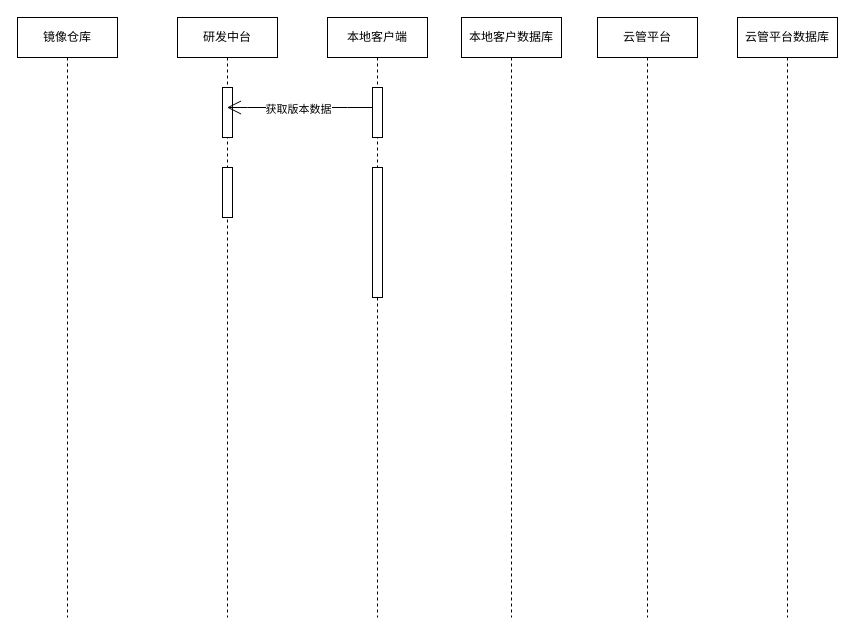
Earlier version of the draw.io diagram Untitled Diagram.drawio (Snuger/draw). Source tidied: cells renumbered, new cells numbered last; positions are measured from the earlier drawing's top-left corner, leaving out a move shared by most shapes. Both pictures are drawn from the tidied source at 100%, with x=0, y=0 at pixel (17, 17).
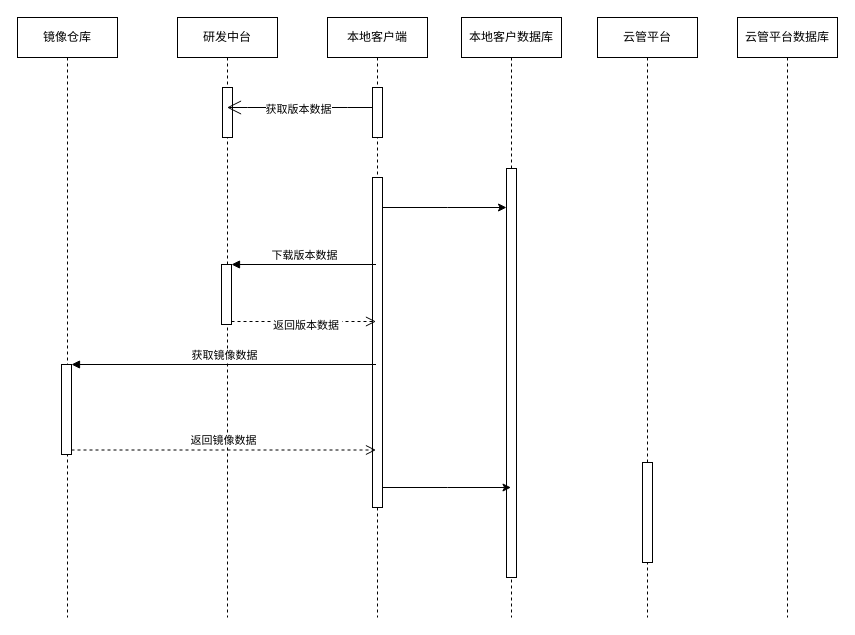
The same page after the edit.

The change refers to these unchanged cells:
```xml
<mxCell id="2" value="研发中台" style="shape=umlLifeline;perimeter=lifelinePerimeter;whiteSpace=wrap;html=1;outlineConnect=0;" parent="1" vertex="1">
  <mxGeometry x="160" width="100" height="600" as="geometry" />
</mxCell>
<mxCell id="5" value="本地客户端" style="shape=umlLifeline;perimeter=lifelinePerimeter;whiteSpace=wrap;html=1;" parent="1" vertex="1">
  <mxGeometry x="310" width="100" height="600" as="geometry" />
</mxCell>
<mxCell id="8" value="本地客户数据库" style="shape=umlLifeline;perimeter=lifelinePerimeter;whiteSpace=wrap;html=1;outlineConnect=0;" parent="1" vertex="1">
  <mxGeometry x="444" width="100" height="600" as="geometry" />
</mxCell>
<mxCell id="9" value="云管平台" style="shape=umlLifeline;perimeter=lifelinePerimeter;whiteSpace=wrap;html=1;" parent="1" vertex="1">
  <mxGeometry x="580" width="100" height="600" as="geometry" />
</mxCell>
<mxCell id="13" value="镜像仓库" style="shape=umlLifeline;perimeter=lifelinePerimeter;whiteSpace=wrap;html=1;" parent="1" vertex="1">
  <mxGeometry width="100" height="600" as="geometry" />
</mxCell>
```

The edit, as a diff of the source:
```diff
@@
-    <mxCell id="4" style="html=1;perimeter=orthogonalPerimeter;" parent="2" vertex="1">
-      <mxGeometry x="45" y="150" width="10" height="50" as="geometry" />
-    </mxCell>
+    <mxCell id="14" style="html=1;points=[];perimeter=orthogonalPerimeter;" parent="2" vertex="1">
+      <mxGeometry x="44" y="247" width="10" height="60" as="geometry" />
+    </mxCell>
@@
     <mxCell id="7" style="html=1;points=[];perimeter=orthogonalPerimeter;" parent="5" vertex="1">
-      <mxGeometry x="45" y="150" width="10" height="130" as="geometry" />
+      <mxGeometry x="45" y="160" width="10" height="330" as="geometry" />
     </mxCell>
@@
+    <mxCell id="15" style="html=1;points=[];perimeter=orthogonalPerimeter;" parent="8" vertex="1">
+      <mxGeometry x="45" y="151" width="10" height="409" as="geometry" />
+    </mxCell>
@@
+    <mxCell id="16" style="html=1;perimeter=orthogonalPerimeter;" parent="9" vertex="1">
+      <mxGeometry x="45" y="445" width="10" height="100" as="geometry" />
+    </mxCell>
@@
+    <mxCell id="17" style="html=1;points=[];perimeter=orthogonalPerimeter;" parent="13" vertex="1">
+      <mxGeometry x="44" y="347" width="10" height="90" as="geometry" />
+    </mxCell>
+    <mxCell id="18" value="下载版本数据" style="html=1;verticalAlign=bottom;endArrow=block;entryX=1;entryY=0;rounded=0;" parent="1" edge="1" target="14">
+      <mxGeometry relative="1" as="geometry">
+        <mxPoint x="358.5" y="247" as="sourcePoint" />
+      </mxGeometry>
+    </mxCell>
+    <mxCell id="19" style="html=1;verticalAlign=bottom;endArrow=open;dashed=1;endSize=8;exitX=1;exitY=0.95;rounded=0;" parent="1" edge="1" source="14">
+      <mxGeometry relative="1" as="geometry">
+        <mxPoint x="358.5" y="304" as="targetPoint" />
+      </mxGeometry>
+    </mxCell>
+    <mxCell id="20" value="返回版本数据&amp;nbsp;" style="edgeLabel;html=1;align=center;verticalAlign=middle;" parent="19" vertex="1">
+      <mxGeometry x="-0.26" y="1" relative="1" as="geometry">
+        <mxPoint x="22" y="4" as="offset" />
+      </mxGeometry>
+    </mxCell>
+    <mxCell id="21" value="获取镜像数据" style="html=1;verticalAlign=bottom;endArrow=block;entryX=1;entryY=0;rounded=0;" parent="1" edge="1" target="17">
+      <mxGeometry relative="1" as="geometry">
+        <mxPoint x="358.5" y="347" as="sourcePoint" />
+      </mxGeometry>
+    </mxCell>
+    <mxCell id="22" value="返回镜像数据" style="html=1;verticalAlign=bottom;endArrow=open;dashed=1;endSize=8;exitX=1;exitY=0.95;rounded=0;" parent="1" edge="1" source="17">
+      <mxGeometry relative="1" as="geometry">
+        <mxPoint x="358.5" y="432.5" as="targetPoint" />
+      </mxGeometry>
+    </mxCell>
+    <mxCell id="23" style="edgeStyle=orthogonalEdgeStyle;rounded=0;jettySize=auto;html=1;" parent="1" edge="1" source="7" target="15">
+      <mxGeometry relative="1" as="geometry">
+        <Array as="points">
+          <mxPoint x="430" y="190" />
+          <mxPoint x="430" y="190" />
+        </Array>
+      </mxGeometry>
+    </mxCell>
+    <mxCell id="24" style="edgeStyle=orthogonalEdgeStyle;rounded=0;jettySize=auto;html=1;" parent="1" edge="1" source="7" target="8">
+      <mxGeometry relative="1" as="geometry">
+        <Array as="points">
+          <mxPoint x="430" y="470" />
+          <mxPoint x="430" y="470" />
+        </Array>
+      </mxGeometry>
+    </mxCell>
```
